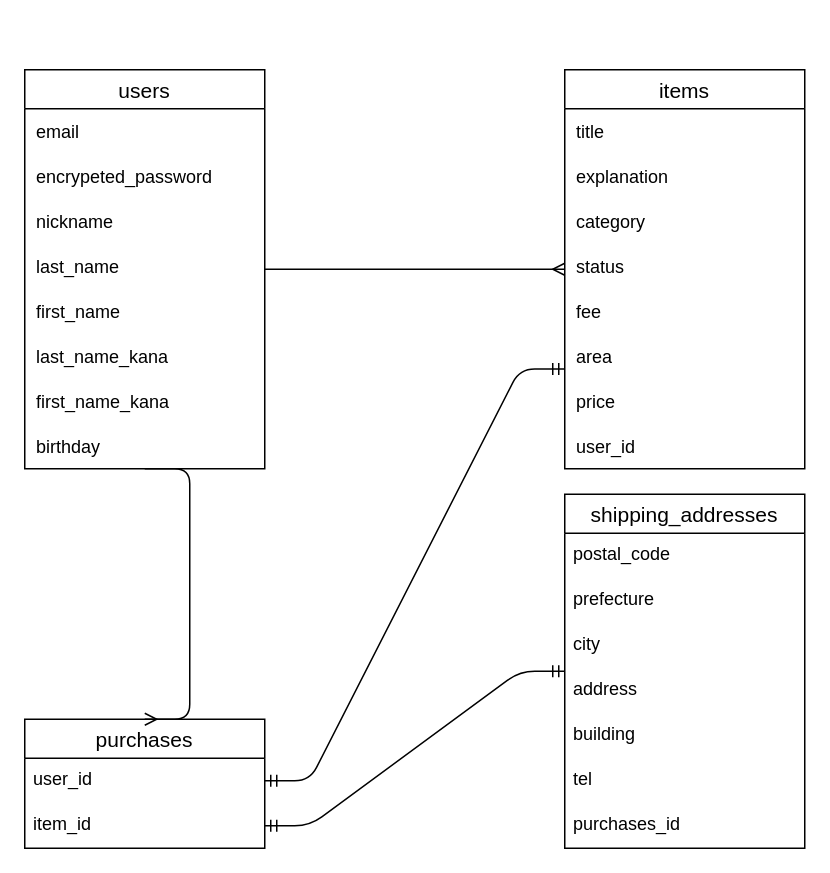
This is ER.dio from key3966/furima-37398, a draw.io file, before an edit. Source tidied: cells renumbered, new cells numbered last; positions are measured from the earlier drawing's top-left corner, leaving out a move shared by most shapes. Both pictures are drawn from the tidied source at 150%, with x=0, y=0 at pixel (24, 69).
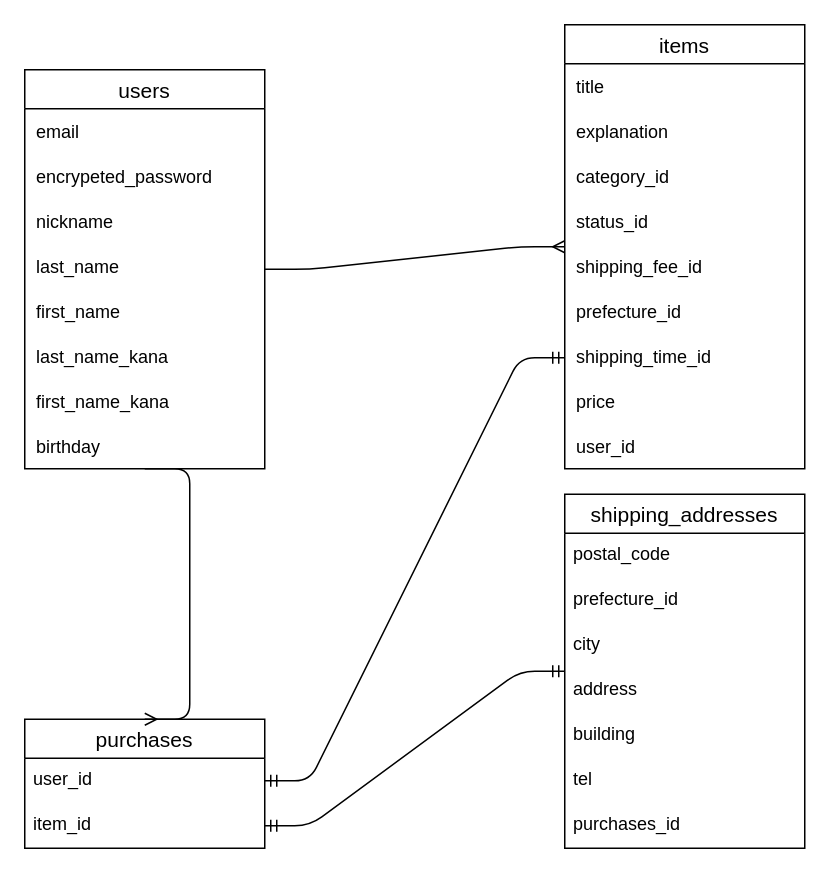
The same page after the edit.

Unchanged cells that the change refers to:
```xml
<mxCell id="25" value="shipping_addresses" style="swimlane;fontStyle=0;horizontal=1;startSize=26;align=center;fontSize=14;" parent="1" vertex="1">
  <mxGeometry x="360" y="283" width="160" height="236" as="geometry" />
</mxCell>
```

What changed in the source:
```diff
@@
     <mxCell id="11" value="items" style="swimlane;fontStyle=0;horizontal=1;startSize=26;align=center;fontSize=14;" parent="1" vertex="1">
-      <mxGeometry x="360" width="160" height="266" as="geometry" />
+      <mxGeometry x="360" y="-30" width="160" height="296" as="geometry" />
     </mxCell>
@@
-    <mxCell id="14" value="category" style="shape=partialRectangle;fillColor=none;top=0;left=0;bottom=0;right=0;align=left;spacingLeft=6;overflow=hidden;" parent="11" vertex="1">
+    <mxCell id="14" value="category_id" style="shape=partialRectangle;fillColor=none;top=0;left=0;bottom=0;right=0;align=left;spacingLeft=6;overflow=hidden;" parent="11" vertex="1">
       <mxGeometry y="86" width="160" height="30" as="geometry" />
     </mxCell>
-    <mxCell id="15" value="status" style="shape=partialRectangle;fillColor=none;top=0;left=0;bottom=0;right=0;align=left;spacingLeft=6;overflow=hidden;" parent="11" vertex="1">
+    <mxCell id="15" value="status_id" style="shape=partialRectangle;fillColor=none;top=0;left=0;bottom=0;right=0;align=left;spacingLeft=6;overflow=hidden;" parent="11" vertex="1">
       <mxGeometry y="116" width="160" height="30" as="geometry" />
     </mxCell>
-    <mxCell id="16" value="fee" style="shape=partialRectangle;fillColor=none;top=0;left=0;bottom=0;right=0;align=left;spacingLeft=6;overflow=hidden;" parent="11" vertex="1">
+    <mxCell id="16" value="shipping_fee_id" style="shape=partialRectangle;fillColor=none;top=0;left=0;bottom=0;right=0;align=left;spacingLeft=6;overflow=hidden;" parent="11" vertex="1">
       <mxGeometry y="146" width="160" height="30" as="geometry" />
     </mxCell>
-    <mxCell id="17" value="area" style="shape=partialRectangle;fillColor=none;top=0;left=0;bottom=0;right=0;align=left;spacingLeft=6;overflow=hidden;" parent="11" vertex="1">
+    <mxCell id="17" value="prefecture_id" style="shape=partialRectangle;fillColor=none;top=0;left=0;bottom=0;right=0;align=left;spacingLeft=6;overflow=hidden;" parent="11" vertex="1">
       <mxGeometry y="176" width="160" height="30" as="geometry" />
     </mxCell>
+    <mxCell id="35" value="shipping_time_id" style="shape=partialRectangle;fillColor=none;top=0;left=0;bottom=0;right=0;align=left;spacingLeft=6;overflow=hidden;" parent="11" vertex="1">
+      <mxGeometry y="206" width="160" height="30" as="geometry" />
+    </mxCell>
     <mxCell id="18" value="price" style="shape=partialRectangle;fillColor=none;top=0;left=0;bottom=0;right=0;align=left;spacingLeft=6;overflow=hidden;" parent="11" vertex="1">
-      <mxGeometry y="206" width="160" height="30" as="geometry" />
+      <mxGeometry y="236" width="160" height="30" as="geometry" />
     </mxCell>
     <mxCell id="19" value="user_id" style="shape=partialRectangle;fillColor=none;top=0;left=0;bottom=0;right=0;align=left;spacingLeft=6;overflow=hidden;" parent="11" vertex="1">
-      <mxGeometry y="236" width="160" height="30" as="geometry" />
+      <mxGeometry y="266" width="160" height="30" as="geometry" />
     </mxCell>
@@
-    <mxCell id="27" value="prefecture" style="text;strokeColor=none;fillColor=none;spacingLeft=4;spacingRight=4;overflow=hidden;fontSize=12;" parent="25" vertex="1">
+    <mxCell id="27" value="prefecture_id" style="text;strokeColor=none;fillColor=none;spacingLeft=4;spacingRight=4;overflow=hidden;fontSize=12;" parent="25" vertex="1">
       <mxGeometry y="56" width="160" height="30" as="geometry" />
     </mxCell>
```
